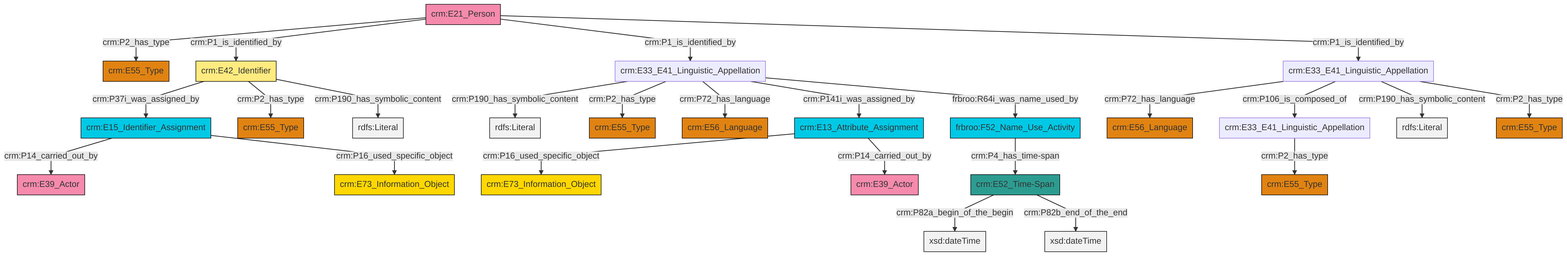
This is et/personCSV/ttl/mmd/png/Person_Names_and_Classification.png from swiss-art-research-net/docs.swissartresearch, a Mermaid export, as it was before one commit. Its source is kept beside it as et/personCSV/ttl/mmd/Person_Names_and_Classification.ttl.mmd. The source it was exported from:
```mermaid
graph TD
classDef Literal fill:#f2f2f2,stroke:#000000;
classDef CRM_Entity fill:#FFFFFF,stroke:#000000;
classDef Temporal_Entity fill:#00C9E6, stroke:#000000;
classDef Type fill:#E18312, stroke:#000000;
classDef Time-Span fill:#2C9C91, stroke:#000000;
classDef Appellation fill:#FFEB7F, stroke:#000000;
classDef Place fill:#008836, stroke:#000000;
classDef Persistent_Item fill:#B266B2, stroke:#000000;
classDef Conceptual_Object fill:#FFD700, stroke:#000000;
classDef Physical_Thing fill:#D2B48C, stroke:#000000;
classDef Actor fill:#f58aad, stroke:#000000;
classDef PC_Classes fill:#4ce600, stroke:#000000;
classDef Multi fill:#cccccc,stroke:#000000;

0["crm:E33_E41_Linguistic_Appellation"]:::Default -->|crm:P72_has_language| 1["crm:E56_Language"]:::Type
2["crm:E21_Person"]:::Actor -->|crm:P2_has_type| 3["crm:E55_Type"]:::Type
4["crm:E15_Identifier_Assignment"]:::Temporal_Entity -->|crm:P14_carried_out_by| 5["crm:E39_Actor"]:::Actor
0["crm:E33_E41_Linguistic_Appellation"]:::Default -->|crm:P106_is_composed_of| 10["crm:E33_E41_Linguistic_Appellation"]:::Default
12["crm:E13_Attribute_Assignment"]:::Temporal_Entity -->|crm:P16_used_specific_object| 13["crm:E73_Information_Object"]:::Conceptual_Object
2["crm:E21_Person"]:::Actor -->|crm:P1_is_identified_by| 15["crm:E42_Identifier"]:::Appellation
4["crm:E15_Identifier_Assignment"]:::Temporal_Entity -->|crm:P16_used_specific_object| 22["crm:E73_Information_Object"]:::Conceptual_Object
24["crm:E33_E41_Linguistic_Appellation"]:::Default -->|crm:P190_has_symbolic_content| 25[rdfs:Literal]:::Literal
24["crm:E33_E41_Linguistic_Appellation"]:::Default -->|crm:P2_has_type| 16["crm:E55_Type"]:::Type
2["crm:E21_Person"]:::Actor -->|crm:P1_is_identified_by| 24["crm:E33_E41_Linguistic_Appellation"]:::Default
2["crm:E21_Person"]:::Actor -->|crm:P1_is_identified_by| 0["crm:E33_E41_Linguistic_Appellation"]:::Default
0["crm:E33_E41_Linguistic_Appellation"]:::Default -->|crm:P190_has_symbolic_content| 29[rdfs:Literal]:::Literal
15["crm:E42_Identifier"]:::Appellation -->|crm:P37i_was_assigned_by| 4["crm:E15_Identifier_Assignment"]:::Temporal_Entity
0["crm:E33_E41_Linguistic_Appellation"]:::Default -->|crm:P2_has_type| 6["crm:E55_Type"]:::Type
12["crm:E13_Attribute_Assignment"]:::Temporal_Entity -->|crm:P14_carried_out_by| 20["crm:E39_Actor"]:::Actor
24["crm:E33_E41_Linguistic_Appellation"]:::Default -->|crm:P72_has_language| 36["crm:E56_Language"]:::Type
15["crm:E42_Identifier"]:::Appellation -->|crm:P2_has_type| 8["crm:E55_Type"]:::Type
15["crm:E42_Identifier"]:::Appellation -->|crm:P190_has_symbolic_content| 40[rdfs:Literal]:::Literal
26["frbroo:F52_Name_Use_Activity"]:::Temporal_Entity -->|crm:P4_has_time-span| 41["crm:E52_Time-Span"]:::Time-Span
10["crm:E33_E41_Linguistic_Appellation"]:::Default -->|crm:P2_has_type| 18["crm:E55_Type"]:::Type
24["crm:E33_E41_Linguistic_Appellation"]:::Default -->|crm:P141i_was_assigned_by| 12["crm:E13_Attribute_Assignment"]:::Temporal_Entity
41["crm:E52_Time-Span"]:::Time-Span -->|crm:P82a_begin_of_the_begin| 43[xsd:dateTime]:::Literal
41["crm:E52_Time-Span"]:::Time-Span -->|crm:P82b_end_of_the_end| 45[xsd:dateTime]:::Literal
24["crm:E33_E41_Linguistic_Appellation"]:::Default -->|frbroo:R64i_was_name_used_by| 26["frbroo:F52_Name_Use_Activity"]:::Temporal_Entity
```
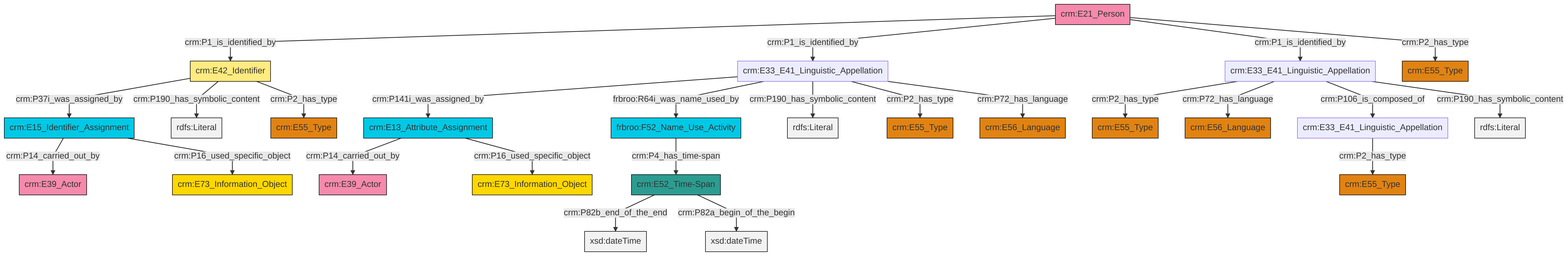
The same diagram one commit later.

What changed in the source:
```diff
@@ -13,27 +13,27 @@
 classDef PC_Classes fill:#4ce600, stroke:#000000;
 classDef Multi fill:#cccccc,stroke:#000000;
 
-0["crm:E33_E41_Linguistic_Appellation"]:::Default -->|crm:P72_has_language| 1["crm:E56_Language"]:::Type
-2["crm:E21_Person"]:::Actor -->|crm:P2_has_type| 3["crm:E55_Type"]:::Type
-4["crm:E15_Identifier_Assignment"]:::Temporal_Entity -->|crm:P14_carried_out_by| 5["crm:E39_Actor"]:::Actor
-0["crm:E33_E41_Linguistic_Appellation"]:::Default -->|crm:P106_is_composed_of| 10["crm:E33_E41_Linguistic_Appellation"]:::Default
-12["crm:E13_Attribute_Assignment"]:::Temporal_Entity -->|crm:P16_used_specific_object| 13["crm:E73_Information_Object"]:::Conceptual_Object
-2["crm:E21_Person"]:::Actor -->|crm:P1_is_identified_by| 15["crm:E42_Identifier"]:::Appellation
-4["crm:E15_Identifier_Assignment"]:::Temporal_Entity -->|crm:P16_used_specific_object| 22["crm:E73_Information_Object"]:::Conceptual_Object
-24["crm:E33_E41_Linguistic_Appellation"]:::Default -->|crm:P190_has_symbolic_content| 25[rdfs:Literal]:::Literal
-24["crm:E33_E41_Linguistic_Appellation"]:::Default -->|crm:P2_has_type| 16["crm:E55_Type"]:::Type
-2["crm:E21_Person"]:::Actor -->|crm:P1_is_identified_by| 24["crm:E33_E41_Linguistic_Appellation"]:::Default
-2["crm:E21_Person"]:::Actor -->|crm:P1_is_identified_by| 0["crm:E33_E41_Linguistic_Appellation"]:::Default
-0["crm:E33_E41_Linguistic_Appellation"]:::Default -->|crm:P190_has_symbolic_content| 29[rdfs:Literal]:::Literal
-15["crm:E42_Identifier"]:::Appellation -->|crm:P37i_was_assigned_by| 4["crm:E15_Identifier_Assignment"]:::Temporal_Entity
-0["crm:E33_E41_Linguistic_Appellation"]:::Default -->|crm:P2_has_type| 6["crm:E55_Type"]:::Type
-12["crm:E13_Attribute_Assignment"]:::Temporal_Entity -->|crm:P14_carried_out_by| 20["crm:E39_Actor"]:::Actor
-24["crm:E33_E41_Linguistic_Appellation"]:::Default -->|crm:P72_has_language| 36["crm:E56_Language"]:::Type
-15["crm:E42_Identifier"]:::Appellation -->|crm:P2_has_type| 8["crm:E55_Type"]:::Type
-15["crm:E42_Identifier"]:::Appellation -->|crm:P190_has_symbolic_content| 40[rdfs:Literal]:::Literal
-26["frbroo:F52_Name_Use_Activity"]:::Temporal_Entity -->|crm:P4_has_time-span| 41["crm:E52_Time-Span"]:::Time-Span
-10["crm:E33_E41_Linguistic_Appellation"]:::Default -->|crm:P2_has_type| 18["crm:E55_Type"]:::Type
-24["crm:E33_E41_Linguistic_Appellation"]:::Default -->|crm:P141i_was_assigned_by| 12["crm:E13_Attribute_Assignment"]:::Temporal_Entity
-41["crm:E52_Time-Span"]:::Time-Span -->|crm:P82a_begin_of_the_begin| 43[xsd:dateTime]:::Literal
-41["crm:E52_Time-Span"]:::Time-Span -->|crm:P82b_end_of_the_end| 45[xsd:dateTime]:::Literal
-24["crm:E33_E41_Linguistic_Appellation"]:::Default -->|frbroo:R64i_was_name_used_by| 26["frbroo:F52_Name_Use_Activity"]:::Temporal_Entity
+0["crm:E33_E41_Linguistic_Appellation"]:::Default -->|crm:P141i_was_assigned_by| 1["crm:E13_Attribute_Assignment"]:::Temporal_Entity
+10["crm:E15_Identifier_Assignment"]:::Temporal_Entity -->|crm:P14_carried_out_by| 11["crm:E39_Actor"]:::Actor
+0["crm:E33_E41_Linguistic_Appellation"]:::Default -->|frbroo:R64i_was_name_used_by| 12["frbroo:F52_Name_Use_Activity"]:::Temporal_Entity
+0["crm:E33_E41_Linguistic_Appellation"]:::Default -->|crm:P190_has_symbolic_content| 22[rdfs:Literal]:::Literal
+15["crm:E33_E41_Linguistic_Appellation"]:::Default -->|crm:P2_has_type| 13["crm:E55_Type"]:::Type
+2["crm:E33_E41_Linguistic_Appellation"]:::Default -->|crm:P2_has_type| 20["crm:E55_Type"]:::Type
+26["crm:E52_Time-Span"]:::Time-Span -->|crm:P82b_end_of_the_end| 30[xsd:dateTime]:::Literal
+28["crm:E42_Identifier"]:::Appellation -->|crm:P37i_was_assigned_by| 10["crm:E15_Identifier_Assignment"]:::Temporal_Entity
+28["crm:E42_Identifier"]:::Appellation -->|crm:P190_has_symbolic_content| 32[rdfs:Literal]:::Literal
+28["crm:E42_Identifier"]:::Appellation -->|crm:P2_has_type| 33["crm:E55_Type"]:::Type
+1["crm:E13_Attribute_Assignment"]:::Temporal_Entity -->|crm:P14_carried_out_by| 34["crm:E39_Actor"]:::Actor
+1["crm:E13_Attribute_Assignment"]:::Temporal_Entity -->|crm:P16_used_specific_object| 17["crm:E73_Information_Object"]:::Conceptual_Object
+26["crm:E52_Time-Span"]:::Time-Span -->|crm:P82a_begin_of_the_begin| 36[xsd:dateTime]:::Literal
+37["crm:E21_Person"]:::Actor -->|crm:P1_is_identified_by| 28["crm:E42_Identifier"]:::Appellation
+10["crm:E15_Identifier_Assignment"]:::Temporal_Entity -->|crm:P16_used_specific_object| 8["crm:E73_Information_Object"]:::Conceptual_Object
+15["crm:E33_E41_Linguistic_Appellation"]:::Default -->|crm:P72_has_language| 24["crm:E56_Language"]:::Type
+37["crm:E21_Person"]:::Actor -->|crm:P1_is_identified_by| 0["crm:E33_E41_Linguistic_Appellation"]:::Default
+0["crm:E33_E41_Linguistic_Appellation"]:::Default -->|crm:P2_has_type| 41["crm:E55_Type"]:::Type
+12["frbroo:F52_Name_Use_Activity"]:::Temporal_Entity -->|crm:P4_has_time-span| 26["crm:E52_Time-Span"]:::Time-Span
+0["crm:E33_E41_Linguistic_Appellation"]:::Default -->|crm:P72_has_language| 6["crm:E56_Language"]:::Type
+37["crm:E21_Person"]:::Actor -->|crm:P1_is_identified_by| 15["crm:E33_E41_Linguistic_Appellation"]:::Default
+37["crm:E21_Person"]:::Actor -->|crm:P2_has_type| 4["crm:E55_Type"]:::Type
+15["crm:E33_E41_Linguistic_Appellation"]:::Default -->|crm:P106_is_composed_of| 2["crm:E33_E41_Linguistic_Appellation"]:::Default
+15["crm:E33_E41_Linguistic_Appellation"]:::Default -->|crm:P190_has_symbolic_content| 46[rdfs:Literal]:::Literal
```
